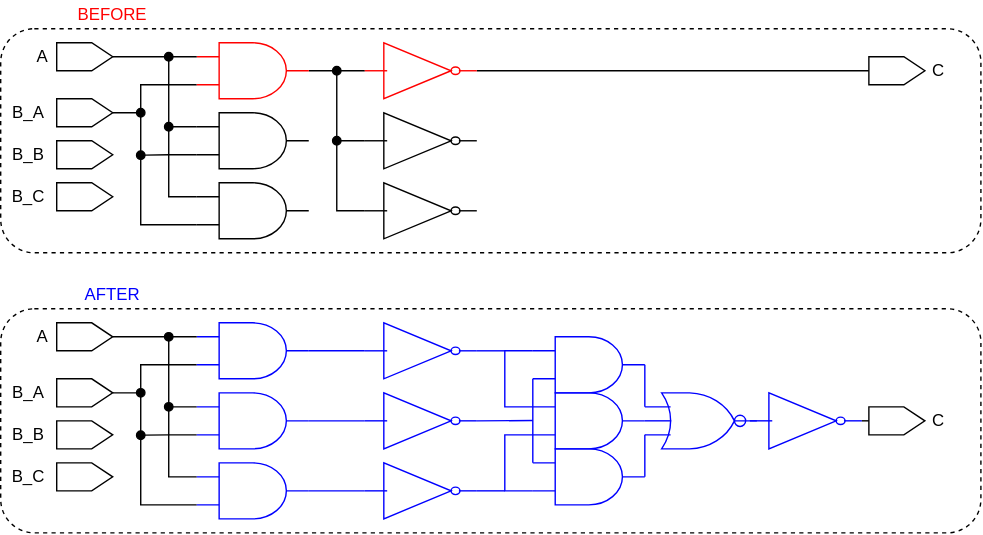
AlbertHansen/TripleModularRedundancyTool_developer_guide keeps this draw.io diagram as figures/dark-mode/rewire_scripts/rewire_duped_cells.drawio.svg. Above is the earlier version. Source tidied: cells renumbered, new cells last; positions are measured from the earlier drawing's top-left corner, leaving out a move shared by most shapes.
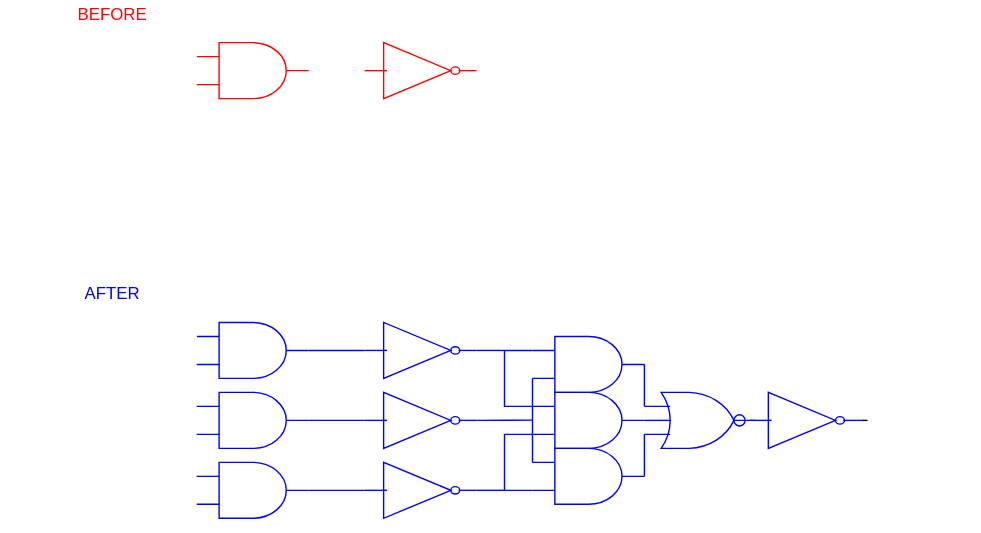
The same diagram one commit later.

Change to the diagram source:
```diff
@@ -4,3 +4,3 @@
     <mxCell id="1" parent="0" />
-    <mxCell id="2" style="rounded=1;whiteSpace=wrap;strokeColor=#000000;fillColor=none;dashed=1;fontFamily=Helvetica;" parent="1" vertex="1">
+    <mxCell id="2" style="rounded=1;whiteSpace=wrap;strokeColor=#FFFFFF;fillColor=none;dashed=1;fontFamily=Helvetica;" parent="1" vertex="1">
       <mxGeometry y="20" width="700" height="160" as="geometry" />
@@ -10,6 +10,6 @@
     </mxCell>
-    <mxCell id="4" style="edgeStyle=orthogonalEdgeStyle;rounded=0;exitX=1;exitY=0.5;exitDx=0;exitDy=0;exitPerimeter=0;entryX=0;entryY=0.5;entryDx=0;entryDy=0;entryPerimeter=0;startArrow=none;startFill=0;endArrow=none;endFill=0;fontFamily=Helvetica;strokeColor=#000000;" parent="1" edge="1" source="6" target="8">
+    <mxCell id="4" style="edgeStyle=orthogonalEdgeStyle;rounded=0;exitX=1;exitY=0.5;exitDx=0;exitDy=0;exitPerimeter=0;entryX=0;entryY=0.5;entryDx=0;entryDy=0;entryPerimeter=0;startArrow=none;startFill=0;endArrow=none;endFill=0;fontFamily=Helvetica;strokeColor=#FFFFFF;" parent="1" edge="1" source="6" target="8">
       <mxGeometry relative="1" as="geometry" />
     </mxCell>
-    <mxCell id="5" style="edgeStyle=orthogonalEdgeStyle;rounded=0;html=1;exitX=0;exitY=0.75;exitDx=0;exitDy=0;exitPerimeter=0;strokeColor=#000000;fontFamily=Helvetica;endArrow=oval;endFill=1;" parent="1" edge="1" source="6">
+    <mxCell id="5" style="edgeStyle=orthogonalEdgeStyle;rounded=0;html=1;exitX=0;exitY=0.75;exitDx=0;exitDy=0;exitPerimeter=0;strokeColor=#FFFFFF;fontFamily=Helvetica;endArrow=oval;endFill=1;" parent="1" edge="1" source="6">
       <mxGeometry relative="1" as="geometry">
@@ -21,3 +21,3 @@
     </mxCell>
-    <mxCell id="7" style="edgeStyle=orthogonalEdgeStyle;rounded=0;exitX=1;exitY=0.5;exitDx=0;exitDy=0;exitPerimeter=0;entryX=0.5;entryY=0;entryDx=0;entryDy=0;startArrow=none;startFill=0;endArrow=none;endFill=0;fontFamily=Helvetica;strokeColor=#000000;" parent="1" edge="1" source="8" target="13">
+    <mxCell id="7" style="edgeStyle=orthogonalEdgeStyle;rounded=0;exitX=1;exitY=0.5;exitDx=0;exitDy=0;exitPerimeter=0;entryX=0.5;entryY=0;entryDx=0;entryDy=0;startArrow=none;startFill=0;endArrow=none;endFill=0;fontFamily=Helvetica;strokeColor=#FFFFFF;" parent="1" edge="1" source="8" target="13">
       <mxGeometry relative="1" as="geometry" />
@@ -27,3 +27,3 @@
     </mxCell>
-    <mxCell id="9" style="edgeStyle=orthogonalEdgeStyle;exitX=0.5;exitY=1;exitDx=0;exitDy=0;entryX=0;entryY=0.25;entryDx=0;entryDy=0;entryPerimeter=0;startArrow=none;startFill=0;rounded=0;endArrow=none;endFill=0;fontFamily=Helvetica;strokeColor=#000000;" parent="1" edge="1" source="10" target="6">
+    <mxCell id="9" style="edgeStyle=orthogonalEdgeStyle;exitX=0.5;exitY=1;exitDx=0;exitDy=0;entryX=0;entryY=0.25;entryDx=0;entryDy=0;entryPerimeter=0;startArrow=none;startFill=0;rounded=0;endArrow=none;endFill=0;fontFamily=Helvetica;strokeColor=#FFFFFF;" parent="1" edge="1" source="10" target="6">
       <mxGeometry relative="1" as="geometry">
@@ -34,6 +34,6 @@
     </mxCell>
-    <mxCell id="10" style="shape=offPageConnector;whiteSpace=wrap;rotation=-90;fontFamily=Helvetica;strokeColor=#000000;fillColor=none;" parent="1" vertex="1">
+    <mxCell id="10" style="shape=offPageConnector;whiteSpace=wrap;rotation=-90;fontFamily=Helvetica;strokeColor=#FFFFFF;fillColor=none;" parent="1" vertex="1">
       <mxGeometry x="50" y="20" width="20" height="40" as="geometry" />
     </mxCell>
-    <mxCell id="11" style="edgeStyle=orthogonalEdgeStyle;rounded=0;html=1;exitX=0.5;exitY=1;exitDx=0;exitDy=0;entryX=0;entryY=0.75;entryDx=0;entryDy=0;entryPerimeter=0;strokeColor=#000000;fontFamily=Helvetica;endArrow=none;endFill=0;" parent="1" edge="1" source="12" target="22">
+    <mxCell id="11" style="edgeStyle=orthogonalEdgeStyle;rounded=0;html=1;exitX=0.5;exitY=1;exitDx=0;exitDy=0;entryX=0;entryY=0.75;entryDx=0;entryDy=0;entryPerimeter=0;strokeColor=#FFFFFF;fontFamily=Helvetica;endArrow=none;endFill=0;" parent="1" edge="1" source="12" target="22">
       <mxGeometry relative="1" as="geometry">
@@ -45,30 +45,30 @@
     </mxCell>
-    <mxCell id="12" style="shape=offPageConnector;whiteSpace=wrap;rotation=-90;strokeColor=#000000;fontFamily=Helvetica;fillColor=none;" parent="1" vertex="1">
+    <mxCell id="12" style="shape=offPageConnector;whiteSpace=wrap;rotation=-90;strokeColor=#FFFFFF;fontFamily=Helvetica;fillColor=none;" parent="1" vertex="1">
       <mxGeometry x="50" y="60" width="20" height="40" as="geometry" />
     </mxCell>
-    <mxCell id="13" style="shape=offPageConnector;whiteSpace=wrap;rotation=-90;fontFamily=Helvetica;strokeColor=#000000;fillColor=none;" parent="1" vertex="1">
+    <mxCell id="13" style="shape=offPageConnector;whiteSpace=wrap;rotation=-90;fontFamily=Helvetica;strokeColor=#FFFFFF;fillColor=none;" parent="1" vertex="1">
       <mxGeometry x="630" y="30" width="20" height="40" as="geometry" />
     </mxCell>
-    <mxCell id="14" value="A" style="text;strokeColor=none;fillColor=none;align=center;verticalAlign=middle;whiteSpace=wrap;rounded=0;fontFamily=Helvetica;" parent="1" vertex="1">
+    <mxCell id="14" value="A" style="text;strokeColor=none;fillColor=none;align=center;verticalAlign=middle;whiteSpace=wrap;rounded=0;fontFamily=Helvetica;fontColor=#FFFFFF;" parent="1" vertex="1">
       <mxGeometry x="20" y="30" width="20" height="20" as="geometry" />
     </mxCell>
-    <mxCell id="15" value="B_A" style="text;strokeColor=none;fillColor=none;align=center;verticalAlign=middle;whiteSpace=wrap;rounded=0;fontFamily=Helvetica;" parent="1" vertex="1">
+    <mxCell id="15" value="B_A" style="text;strokeColor=none;fillColor=none;align=center;verticalAlign=middle;whiteSpace=wrap;rounded=0;fontFamily=Helvetica;fontColor=#FFFFFF;" parent="1" vertex="1">
       <mxGeometry y="70" width="40" height="20" as="geometry" />
     </mxCell>
-    <mxCell id="16" value="C" style="text;strokeColor=none;fillColor=none;align=center;verticalAlign=middle;whiteSpace=wrap;rounded=0;fontFamily=Helvetica;" parent="1" vertex="1">
+    <mxCell id="16" value="C" style="text;strokeColor=none;fillColor=none;align=center;verticalAlign=middle;whiteSpace=wrap;rounded=0;fontFamily=Helvetica;fontColor=#FFFFFF;" parent="1" vertex="1">
       <mxGeometry x="660" y="40" width="20" height="20" as="geometry" />
     </mxCell>
-    <mxCell id="17" style="shape=offPageConnector;whiteSpace=wrap;rotation=-90;strokeColor=#000000;fontFamily=Helvetica;fillColor=none;" parent="1" vertex="1">
+    <mxCell id="17" style="shape=offPageConnector;whiteSpace=wrap;rotation=-90;strokeColor=#FFFFFF;fontFamily=Helvetica;fillColor=none;" parent="1" vertex="1">
       <mxGeometry x="50" y="90" width="20" height="40" as="geometry" />
     </mxCell>
-    <mxCell id="18" style="shape=offPageConnector;whiteSpace=wrap;rotation=-90;strokeColor=#000000;fontFamily=Helvetica;fillColor=none;" parent="1" vertex="1">
+    <mxCell id="18" style="shape=offPageConnector;whiteSpace=wrap;rotation=-90;strokeColor=#FFFFFF;fontFamily=Helvetica;fillColor=none;" parent="1" vertex="1">
       <mxGeometry x="50" y="120" width="20" height="40" as="geometry" />
     </mxCell>
-    <mxCell id="19" value="B_B" style="text;strokeColor=none;fillColor=none;align=center;verticalAlign=middle;whiteSpace=wrap;rounded=0;fontFamily=Helvetica;" parent="1" vertex="1">
+    <mxCell id="19" value="B_B" style="text;strokeColor=none;fillColor=none;align=center;verticalAlign=middle;whiteSpace=wrap;rounded=0;fontFamily=Helvetica;fontColor=#FFFFFF;" parent="1" vertex="1">
       <mxGeometry y="100" width="40" height="20" as="geometry" />
     </mxCell>
-    <mxCell id="20" value="B_C" style="text;strokeColor=none;fillColor=none;align=center;verticalAlign=middle;whiteSpace=wrap;rounded=0;fontFamily=Helvetica;" parent="1" vertex="1">
+    <mxCell id="20" value="B_C" style="text;strokeColor=none;fillColor=none;align=center;verticalAlign=middle;whiteSpace=wrap;rounded=0;fontFamily=Helvetica;fontColor=#FFFFFF;" parent="1" vertex="1">
       <mxGeometry y="130" width="40" height="20" as="geometry" />
     </mxCell>
-    <mxCell id="21" style="edgeStyle=orthogonalEdgeStyle;rounded=0;html=1;exitX=0;exitY=0.25;exitDx=0;exitDy=0;exitPerimeter=0;strokeColor=#000000;fontFamily=Helvetica;endArrow=oval;endFill=1;" parent="1" edge="1" source="22">
+    <mxCell id="21" style="edgeStyle=orthogonalEdgeStyle;rounded=0;html=1;exitX=0;exitY=0.25;exitDx=0;exitDy=0;exitPerimeter=0;strokeColor=#FFFFFF;fontFamily=Helvetica;endArrow=oval;endFill=1;" parent="1" edge="1" source="22">
       <mxGeometry relative="1" as="geometry">
@@ -77,6 +77,6 @@
     </mxCell>
-    <mxCell id="22" style="verticalLabelPosition=bottom;shadow=0;dashed=0;align=center;verticalAlign=top;shape=mxgraph.electrical.logic_gates.logic_gate;operation=and;strokeColor=#000000;fontFamily=Helvetica;fillColor=none;" parent="1" vertex="1">
+    <mxCell id="22" style="verticalLabelPosition=bottom;shadow=0;dashed=0;align=center;verticalAlign=top;shape=mxgraph.electrical.logic_gates.logic_gate;operation=and;strokeColor=#FFFFFF;fontFamily=Helvetica;fillColor=none;" parent="1" vertex="1">
       <mxGeometry x="140" y="130" width="80" height="40" as="geometry" />
     </mxCell>
-    <mxCell id="23" style="edgeStyle=orthogonalEdgeStyle;html=1;exitX=0;exitY=0.25;exitDx=0;exitDy=0;exitPerimeter=0;strokeColor=#000000;fontFamily=Helvetica;rounded=0;endArrow=oval;endFill=1;" parent="1" edge="1" source="25">
+    <mxCell id="23" style="edgeStyle=orthogonalEdgeStyle;html=1;exitX=0;exitY=0.25;exitDx=0;exitDy=0;exitPerimeter=0;strokeColor=#FFFFFF;fontFamily=Helvetica;rounded=0;endArrow=oval;endFill=1;" parent="1" edge="1" source="25">
       <mxGeometry relative="1" as="geometry">
@@ -85,3 +85,3 @@
     </mxCell>
-    <mxCell id="24" style="edgeStyle=orthogonalEdgeStyle;rounded=0;html=1;exitX=0;exitY=0.75;exitDx=0;exitDy=0;exitPerimeter=0;strokeColor=#000000;fontFamily=Helvetica;endArrow=oval;endFill=1;" parent="1" edge="1" source="25">
+    <mxCell id="24" style="edgeStyle=orthogonalEdgeStyle;rounded=0;html=1;exitX=0;exitY=0.75;exitDx=0;exitDy=0;exitPerimeter=0;strokeColor=#FFFFFF;fontFamily=Helvetica;endArrow=oval;endFill=1;" parent="1" edge="1" source="25">
       <mxGeometry relative="1" as="geometry">
@@ -90,6 +90,6 @@
     </mxCell>
-    <mxCell id="25" style="verticalLabelPosition=bottom;shadow=0;dashed=0;align=center;verticalAlign=top;shape=mxgraph.electrical.logic_gates.logic_gate;operation=and;strokeColor=#000000;fontFamily=Helvetica;fillColor=none;" parent="1" vertex="1">
+    <mxCell id="25" style="verticalLabelPosition=bottom;shadow=0;dashed=0;align=center;verticalAlign=top;shape=mxgraph.electrical.logic_gates.logic_gate;operation=and;strokeColor=#FFFFFF;fontFamily=Helvetica;fillColor=none;" parent="1" vertex="1">
       <mxGeometry x="140" y="80" width="80" height="40" as="geometry" />
     </mxCell>
-    <mxCell id="26" style="edgeStyle=orthogonalEdgeStyle;rounded=0;html=1;exitX=0;exitY=0.5;exitDx=0;exitDy=0;exitPerimeter=0;strokeColor=#000000;fontFamily=Helvetica;endArrow=oval;endFill=1;" parent="1" edge="1" source="27">
+    <mxCell id="26" style="edgeStyle=orthogonalEdgeStyle;rounded=0;html=1;exitX=0;exitY=0.5;exitDx=0;exitDy=0;exitPerimeter=0;strokeColor=#FFFFFF;fontFamily=Helvetica;endArrow=oval;endFill=1;" parent="1" edge="1" source="27">
       <mxGeometry relative="1" as="geometry">
@@ -98,6 +98,6 @@
     </mxCell>
-    <mxCell id="27" style="verticalLabelPosition=bottom;shadow=0;dashed=0;align=center;verticalAlign=top;shape=mxgraph.electrical.logic_gates.inverter_2;strokeColor=#000000;fontFamily=Helvetica;fillColor=none;" parent="1" vertex="1">
+    <mxCell id="27" style="verticalLabelPosition=bottom;shadow=0;dashed=0;align=center;verticalAlign=top;shape=mxgraph.electrical.logic_gates.inverter_2;strokeColor=#FFFFFF;fontFamily=Helvetica;fillColor=none;" parent="1" vertex="1">
       <mxGeometry x="260" y="130" width="80" height="40" as="geometry" />
     </mxCell>
-    <mxCell id="28" style="edgeStyle=orthogonalEdgeStyle;rounded=0;html=1;exitX=0;exitY=0.5;exitDx=0;exitDy=0;exitPerimeter=0;strokeColor=#000000;fontFamily=Helvetica;endArrow=oval;endFill=1;" parent="1" edge="1" source="29">
+    <mxCell id="28" style="edgeStyle=orthogonalEdgeStyle;rounded=0;html=1;exitX=0;exitY=0.5;exitDx=0;exitDy=0;exitPerimeter=0;strokeColor=#FFFFFF;fontFamily=Helvetica;endArrow=oval;endFill=1;" parent="1" edge="1" source="29">
       <mxGeometry relative="1" as="geometry">
@@ -106,6 +106,6 @@
     </mxCell>
-    <mxCell id="29" style="verticalLabelPosition=bottom;shadow=0;dashed=0;align=center;verticalAlign=top;shape=mxgraph.electrical.logic_gates.inverter_2;strokeColor=#000000;fontFamily=Helvetica;fillColor=none;" parent="1" vertex="1">
+    <mxCell id="29" style="verticalLabelPosition=bottom;shadow=0;dashed=0;align=center;verticalAlign=top;shape=mxgraph.electrical.logic_gates.inverter_2;strokeColor=#FFFFFF;fontFamily=Helvetica;fillColor=none;" parent="1" vertex="1">
       <mxGeometry x="260" y="80" width="80" height="40" as="geometry" />
     </mxCell>
-    <mxCell id="30" style="rounded=1;whiteSpace=wrap;strokeColor=#000000;fillColor=none;dashed=1;fontFamily=Helvetica;" parent="1" vertex="1">
+    <mxCell id="30" style="rounded=1;whiteSpace=wrap;strokeColor=#FFFFFF;fillColor=none;dashed=1;fontFamily=Helvetica;" parent="1" vertex="1">
       <mxGeometry y="220" width="700" height="160" as="geometry" />
@@ -118,3 +118,3 @@
     </mxCell>
-    <mxCell id="33" style="edgeStyle=orthogonalEdgeStyle;rounded=0;html=1;exitX=0;exitY=0.75;exitDx=0;exitDy=0;exitPerimeter=0;strokeColor=#000000;fontFamily=Helvetica;endArrow=oval;endFill=1;" parent="1" edge="1" source="34">
+    <mxCell id="33" style="edgeStyle=orthogonalEdgeStyle;rounded=0;html=1;exitX=0;exitY=0.75;exitDx=0;exitDy=0;exitPerimeter=0;strokeColor=#FFFFFF;fontFamily=Helvetica;endArrow=oval;endFill=1;" parent="1" edge="1" source="34">
       <mxGeometry relative="1" as="geometry">
@@ -129,3 +129,3 @@
     </mxCell>
-    <mxCell id="36" style="edgeStyle=orthogonalEdgeStyle;exitX=0.5;exitY=1;exitDx=0;exitDy=0;entryX=0;entryY=0.25;entryDx=0;entryDy=0;entryPerimeter=0;startArrow=none;startFill=0;rounded=0;endArrow=none;endFill=0;fontFamily=Helvetica;strokeColor=#000000;" parent="1" edge="1" source="37" target="34">
+    <mxCell id="36" style="edgeStyle=orthogonalEdgeStyle;exitX=0.5;exitY=1;exitDx=0;exitDy=0;entryX=0;entryY=0.25;entryDx=0;entryDy=0;entryPerimeter=0;startArrow=none;startFill=0;rounded=0;endArrow=none;endFill=0;fontFamily=Helvetica;strokeColor=#FFFFFF;" parent="1" edge="1" source="37" target="34">
       <mxGeometry relative="1" as="geometry">
@@ -136,6 +136,6 @@
     </mxCell>
-    <mxCell id="37" style="shape=offPageConnector;whiteSpace=wrap;rotation=-90;fontFamily=Helvetica;strokeColor=#000000;fillColor=none;" parent="1" vertex="1">
+    <mxCell id="37" style="shape=offPageConnector;whiteSpace=wrap;rotation=-90;fontFamily=Helvetica;strokeColor=#FFFFFF;fillColor=none;" parent="1" vertex="1">
       <mxGeometry x="50" y="220" width="20" height="40" as="geometry" />
     </mxCell>
-    <mxCell id="38" style="edgeStyle=orthogonalEdgeStyle;rounded=0;html=1;exitX=0.5;exitY=1;exitDx=0;exitDy=0;entryX=0;entryY=0.75;entryDx=0;entryDy=0;entryPerimeter=0;strokeColor=#000000;fontFamily=Helvetica;endArrow=none;endFill=0;" parent="1" edge="1" source="39" target="48">
+    <mxCell id="38" style="edgeStyle=orthogonalEdgeStyle;rounded=0;html=1;exitX=0.5;exitY=1;exitDx=0;exitDy=0;entryX=0;entryY=0.75;entryDx=0;entryDy=0;entryPerimeter=0;strokeColor=#FFFFFF;fontFamily=Helvetica;endArrow=none;endFill=0;" parent="1" edge="1" source="39" target="48">
       <mxGeometry relative="1" as="geometry">
@@ -147,24 +147,24 @@
     </mxCell>
-    <mxCell id="39" style="shape=offPageConnector;whiteSpace=wrap;rotation=-90;strokeColor=#000000;fontFamily=Helvetica;fillColor=none;" parent="1" vertex="1">
+    <mxCell id="39" style="shape=offPageConnector;whiteSpace=wrap;rotation=-90;strokeColor=#FFFFFF;fontFamily=Helvetica;fillColor=none;" parent="1" vertex="1">
       <mxGeometry x="50" y="260" width="20" height="40" as="geometry" />
     </mxCell>
-    <mxCell id="40" value="A" style="text;strokeColor=none;fillColor=none;align=center;verticalAlign=middle;whiteSpace=wrap;rounded=0;fontFamily=Helvetica;" parent="1" vertex="1">
+    <mxCell id="40" value="A" style="text;strokeColor=none;fillColor=none;align=center;verticalAlign=middle;whiteSpace=wrap;rounded=0;fontFamily=Helvetica;fontColor=#FFFFFF;" parent="1" vertex="1">
       <mxGeometry x="20" y="230" width="20" height="20" as="geometry" />
     </mxCell>
-    <mxCell id="41" value="B_A" style="text;strokeColor=none;fillColor=none;align=center;verticalAlign=middle;whiteSpace=wrap;rounded=0;fontFamily=Helvetica;" parent="1" vertex="1">
+    <mxCell id="41" value="B_A" style="text;strokeColor=none;fillColor=none;align=center;verticalAlign=middle;whiteSpace=wrap;rounded=0;fontFamily=Helvetica;fontColor=#FFFFFF;" parent="1" vertex="1">
       <mxGeometry y="270" width="40" height="20" as="geometry" />
     </mxCell>
-    <mxCell id="42" style="shape=offPageConnector;whiteSpace=wrap;rotation=-90;strokeColor=#000000;fontFamily=Helvetica;fillColor=none;" parent="1" vertex="1">
+    <mxCell id="42" style="shape=offPageConnector;whiteSpace=wrap;rotation=-90;strokeColor=#FFFFFF;fontFamily=Helvetica;fillColor=none;" parent="1" vertex="1">
       <mxGeometry x="50" y="290" width="20" height="40" as="geometry" />
     </mxCell>
-    <mxCell id="43" style="shape=offPageConnector;whiteSpace=wrap;rotation=-90;strokeColor=#000000;fontFamily=Helvetica;fillColor=none;" parent="1" vertex="1">
+    <mxCell id="43" style="shape=offPageConnector;whiteSpace=wrap;rotation=-90;strokeColor=#FFFFFF;fontFamily=Helvetica;fillColor=none;" parent="1" vertex="1">
       <mxGeometry x="50" y="320" width="20" height="40" as="geometry" />
     </mxCell>
-    <mxCell id="44" value="B_B" style="text;strokeColor=none;fillColor=none;align=center;verticalAlign=middle;whiteSpace=wrap;rounded=0;fontFamily=Helvetica;" parent="1" vertex="1">
+    <mxCell id="44" value="B_B" style="text;strokeColor=none;fillColor=none;align=center;verticalAlign=middle;whiteSpace=wrap;rounded=0;fontFamily=Helvetica;fontColor=#FFFFFF;" parent="1" vertex="1">
       <mxGeometry y="300" width="40" height="20" as="geometry" />
     </mxCell>
-    <mxCell id="45" value="B_C" style="text;strokeColor=none;fillColor=none;align=center;verticalAlign=middle;whiteSpace=wrap;rounded=0;fontFamily=Helvetica;" parent="1" vertex="1">
+    <mxCell id="45" value="B_C" style="text;strokeColor=none;fillColor=none;align=center;verticalAlign=middle;whiteSpace=wrap;rounded=0;fontFamily=Helvetica;fontColor=#FFFFFF;" parent="1" vertex="1">
       <mxGeometry y="330" width="40" height="20" as="geometry" />
     </mxCell>
-    <mxCell id="46" style="edgeStyle=orthogonalEdgeStyle;rounded=0;html=1;exitX=0;exitY=0.25;exitDx=0;exitDy=0;exitPerimeter=0;strokeColor=#000000;fontFamily=Helvetica;endArrow=oval;endFill=1;" parent="1" edge="1" source="48">
+    <mxCell id="46" style="edgeStyle=orthogonalEdgeStyle;rounded=0;html=1;exitX=0;exitY=0.25;exitDx=0;exitDy=0;exitPerimeter=0;strokeColor=#FFFFFF;fontFamily=Helvetica;endArrow=oval;endFill=1;" parent="1" edge="1" source="48">
       <mxGeometry relative="1" as="geometry">
@@ -179,3 +179,3 @@
     </mxCell>
-    <mxCell id="49" style="edgeStyle=orthogonalEdgeStyle;html=1;exitX=0;exitY=0.25;exitDx=0;exitDy=0;exitPerimeter=0;strokeColor=#000000;fontFamily=Helvetica;rounded=0;endArrow=oval;endFill=1;" parent="1" edge="1" source="52">
+    <mxCell id="49" style="edgeStyle=orthogonalEdgeStyle;html=1;exitX=0;exitY=0.25;exitDx=0;exitDy=0;exitPerimeter=0;strokeColor=#FFFFFF;fontFamily=Helvetica;rounded=0;endArrow=oval;endFill=1;" parent="1" edge="1" source="52">
       <mxGeometry relative="1" as="geometry">
@@ -184,3 +184,3 @@
     </mxCell>
-    <mxCell id="50" style="edgeStyle=orthogonalEdgeStyle;rounded=0;html=1;exitX=0;exitY=0.75;exitDx=0;exitDy=0;exitPerimeter=0;strokeColor=#000000;fontFamily=Helvetica;endArrow=oval;endFill=1;" parent="1" edge="1" source="52">
+    <mxCell id="50" style="edgeStyle=orthogonalEdgeStyle;rounded=0;html=1;exitX=0;exitY=0.75;exitDx=0;exitDy=0;exitPerimeter=0;strokeColor=#FFFFFF;fontFamily=Helvetica;endArrow=oval;endFill=1;" parent="1" edge="1" source="52">
       <mxGeometry relative="1" as="geometry">
@@ -282,6 +282,6 @@
     </mxCell>
-    <mxCell id="71" style="shape=offPageConnector;whiteSpace=wrap;rotation=-90;fontFamily=Helvetica;strokeColor=#000000;fillColor=none;" parent="1" vertex="1">
+    <mxCell id="71" style="shape=offPageConnector;whiteSpace=wrap;rotation=-90;fontFamily=Helvetica;strokeColor=#FFFFFF;fillColor=none;" parent="1" vertex="1">
       <mxGeometry x="630" y="280" width="20" height="40" as="geometry" />
     </mxCell>
-    <mxCell id="72" value="C" style="text;strokeColor=none;fillColor=none;align=center;verticalAlign=middle;whiteSpace=wrap;rounded=0;fontFamily=Helvetica;" parent="1" vertex="1">
+    <mxCell id="72" value="C" style="text;strokeColor=none;fillColor=none;align=center;verticalAlign=middle;whiteSpace=wrap;rounded=0;fontFamily=Helvetica;fontColor=#FFFFFF;" parent="1" vertex="1">
       <mxGeometry x="660" y="290" width="20" height="20" as="geometry" />
```
